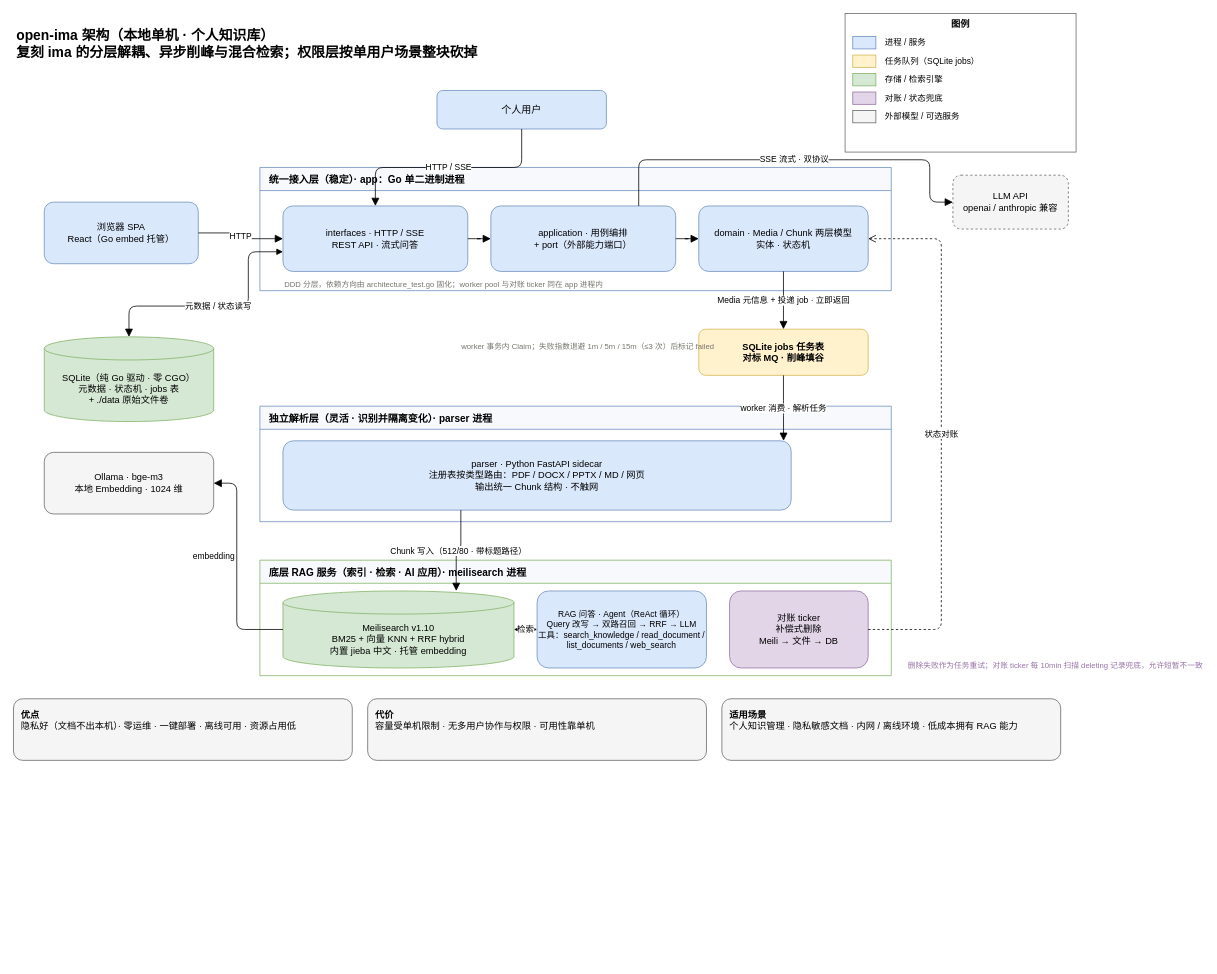
toddwyl/open-ima keeps this draw.io diagram as page "2-openima-本地架构" (2 of 3) of docs/diagrams/ima-vs-openima-architecture.drawio. Above is the earlier version. Source tidied: cells renumbered, new cells numbered last; positions are measured from the earlier drawing's top-left corner, leaving out a move shared by most shapes. Both pictures are drawn from the tidied source at 77%, with x=0, y=0 at pixel (13, 13).
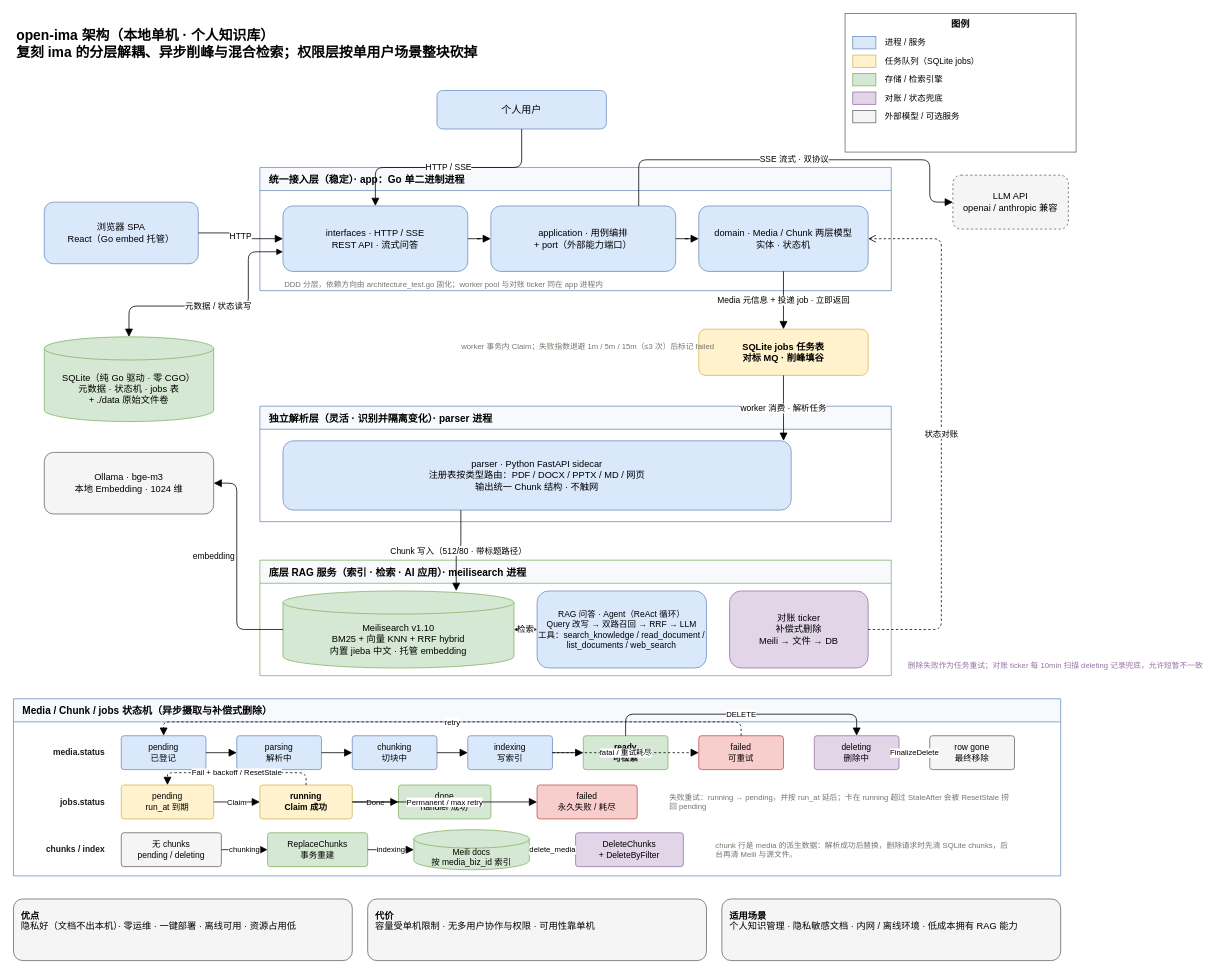
The same diagram, later.

Commit message:
docs: 补充 media chunk jobs 状态机图

Diff of the diagram source:
```diff
@@
+    <mxCell id="48" value="Media / Chunk / jobs 状态机（异步摄取与补偿式删除）" style="swimlane;startSize=30;fillColor=#f7f9fc;strokeColor=#6c8ebf;fontSize=13;fontStyle=1;align=left;spacingLeft=10;" parent="1" vertex="1">
+      <mxGeometry y="890" width="1360" height="230" as="geometry" />
+    </mxCell>
+    <mxCell id="49" value="media.status" style="text;html=1;align=right;verticalAlign=middle;fontSize=11;fontStyle=1;fontColor=#1b1b18;" parent="48" vertex="1">
+      <mxGeometry x="20" y="58" width="100" height="24" as="geometry" />
+    </mxCell>
+    <mxCell id="50" value="pending&#10;已登记" style="rounded=1;whiteSpace=wrap;html=1;arcSize=8;fillColor=#dae8fc;strokeColor=#6c8ebf;fontSize=11;" parent="48" vertex="1">
+      <mxGeometry x="140" y="48" width="110" height="44" as="geometry" />
+    </mxCell>
+    <mxCell id="51" value="parsing&#10;解析中" style="rounded=1;whiteSpace=wrap;html=1;arcSize=8;fillColor=#dae8fc;strokeColor=#6c8ebf;fontSize=11;" parent="48" vertex="1">
+      <mxGeometry x="290" y="48" width="110" height="44" as="geometry" />
+    </mxCell>
+    <mxCell id="52" value="chunking&#10;切块中" style="rounded=1;whiteSpace=wrap;html=1;arcSize=8;fillColor=#dae8fc;strokeColor=#6c8ebf;fontSize=11;" parent="48" vertex="1">
+      <mxGeometry x="440" y="48" width="110" height="44" as="geometry" />
+    </mxCell>
+    <mxCell id="53" value="indexing&#10;写索引" style="rounded=1;whiteSpace=wrap;html=1;arcSize=8;fillColor=#dae8fc;strokeColor=#6c8ebf;fontSize=11;" parent="48" vertex="1">
+      <mxGeometry x="590" y="48" width="110" height="44" as="geometry" />
+    </mxCell>
+    <mxCell id="54" value="ready&#10;可检索" style="rounded=1;whiteSpace=wrap;html=1;arcSize=8;fillColor=#d5e8d4;strokeColor=#82b366;fontSize=11;fontStyle=1;" parent="48" vertex="1">
+      <mxGeometry x="740" y="48" width="110" height="44" as="geometry" />
+    </mxCell>
+    <mxCell id="55" value="failed&#10;可重试" style="rounded=1;whiteSpace=wrap;html=1;arcSize=8;fillColor=#f8cecc;strokeColor=#b85450;fontSize=11;" parent="48" vertex="1">
+      <mxGeometry x="890" y="48" width="110" height="44" as="geometry" />
+    </mxCell>
+    <mxCell id="56" value="deleting&#10;删除中" style="rounded=1;whiteSpace=wrap;html=1;arcSize=8;fillColor=#e1d5e7;strokeColor=#9673a6;fontSize=11;" parent="48" vertex="1">
+      <mxGeometry x="1040" y="48" width="110" height="44" as="geometry" />
+    </mxCell>
+    <mxCell id="57" value="row gone&#10;最终移除" style="rounded=1;whiteSpace=wrap;html=1;arcSize=8;fillColor=#f5f5f5;strokeColor=#666666;fontSize=11;" parent="48" vertex="1">
+      <mxGeometry x="1190" y="48" width="110" height="44" as="geometry" />
+    </mxCell>
+    <mxCell id="58" value="jobs.status" style="text;html=1;align=right;verticalAlign=middle;fontSize=11;fontStyle=1;fontColor=#1b1b18;" parent="48" vertex="1">
+      <mxGeometry x="20" y="122" width="100" height="24" as="geometry" />
+    </mxCell>
+    <mxCell id="59" value="pending&#10;run_at 到期" style="rounded=1;whiteSpace=wrap;html=1;arcSize=8;fillColor=#fff2cc;strokeColor=#d6b656;fontSize=11;" parent="48" vertex="1">
+      <mxGeometry x="140" y="112" width="120" height="44" as="geometry" />
+    </mxCell>
+    <mxCell id="60" value="running&#10;Claim 成功" style="rounded=1;whiteSpace=wrap;html=1;arcSize=8;fillColor=#fff2cc;strokeColor=#d6b656;fontSize=11;fontStyle=1;" parent="48" vertex="1">
+      <mxGeometry x="320" y="112" width="120" height="44" as="geometry" />
+    </mxCell>
+    <mxCell id="61" value="done&#10;handler 成功" style="rounded=1;whiteSpace=wrap;html=1;arcSize=8;fillColor=#d5e8d4;strokeColor=#82b366;fontSize=11;" parent="48" vertex="1">
+      <mxGeometry x="500" y="112" width="120" height="44" as="geometry" />
+    </mxCell>
+    <mxCell id="62" value="failed&#10;永久失败 / 耗尽" style="rounded=1;whiteSpace=wrap;html=1;arcSize=8;fillColor=#f8cecc;strokeColor=#b85450;fontSize=11;" parent="48" vertex="1">
+      <mxGeometry x="680" y="112" width="130" height="44" as="geometry" />
+    </mxCell>
+    <mxCell id="63" value="失败重试：running → pending，并按 run_at 延后；卡在 running 超过 StaleAfter 会被 ResetStale 捞回 pending" style="rounded=0;whiteSpace=wrap;html=1;fillColor=none;strokeColor=none;fontSize=10;fontColor=#75756c;align=left;" parent="48" vertex="1">
+      <mxGeometry x="850" y="112" width="450" height="44" as="geometry" />
+    </mxCell>
+    <mxCell id="64" value="chunks / index" style="text;html=1;align=right;verticalAlign=middle;fontSize=11;fontStyle=1;fontColor=#1b1b18;" parent="48" vertex="1">
+      <mxGeometry x="20" y="184" width="100" height="24" as="geometry" />
+    </mxCell>
+    <mxCell id="65" value="无 chunks&#10;pending / deleting" style="rounded=1;whiteSpace=wrap;html=1;arcSize=8;fillColor=#f5f5f5;strokeColor=#666666;fontSize=11;" parent="48" vertex="1">
+      <mxGeometry x="140" y="174" width="130" height="44" as="geometry" />
+    </mxCell>
+    <mxCell id="66" value="ReplaceChunks&#10;事务重建" style="rounded=1;whiteSpace=wrap;html=1;arcSize=8;fillColor=#d5e8d4;strokeColor=#82b366;fontSize=11;" parent="48" vertex="1">
+      <mxGeometry x="330" y="174" width="130" height="44" as="geometry" />
+    </mxCell>
+    <mxCell id="67" value="Meili docs&#10;按 media_biz_id 索引" style="shape=cylinder3;whiteSpace=wrap;html=1;boundedLbl=1;backgroundOutline=1;size=12;fillColor=#d5e8d4;strokeColor=#82b366;fontSize=11;" parent="48" vertex="1">
+      <mxGeometry x="520" y="170" width="150" height="52" as="geometry" />
+    </mxCell>
+    <mxCell id="68" value="DeleteChunks&#10;+ DeleteByFilter" style="rounded=1;whiteSpace=wrap;html=1;arcSize=8;fillColor=#e1d5e7;strokeColor=#9673a6;fontSize=11;" parent="48" vertex="1">
+      <mxGeometry x="730" y="174" width="140" height="44" as="geometry" />
+    </mxCell>
+    <mxCell id="69" value="chunk 行是 media 的派生数据：解析成功后替换，删除请求时先清 SQLite chunks，后台再清 Meili 与源文件。" style="rounded=0;whiteSpace=wrap;html=1;fillColor=none;strokeColor=none;fontSize=10;fontColor=#75756c;align=left;" parent="48" vertex="1">
+      <mxGeometry x="910" y="174" width="390" height="44" as="geometry" />
+    </mxCell>
+    <mxCell id="70" style="edgeStyle=orthogonalEdgeStyle;rounded=1;jettySize=auto;html=1;endArrow=block;endSize=8;" parent="48" edge="1" source="50" target="51">
+      <mxGeometry relative="1" as="geometry" />
+    </mxCell>
+    <mxCell id="71" style="edgeStyle=orthogonalEdgeStyle;rounded=1;jettySize=auto;html=1;endArrow=block;endSize=8;" parent="48" edge="1" source="51" target="52">
+      <mxGeometry relative="1" as="geometry" />
+    </mxCell>
+    <mxCell id="72" style="edgeStyle=orthogonalEdgeStyle;rounded=1;jettySize=auto;html=1;endArrow=block;endSize=8;" parent="48" edge="1" source="52" target="53">
+      <mxGeometry relative="1" as="geometry" />
+    </mxCell>
+    <mxCell id="73" style="edgeStyle=orthogonalEdgeStyle;rounded=1;jettySize=auto;html=1;endArrow=block;endSize=8;" parent="48" edge="1" source="53" target="54">
+      <mxGeometry relative="1" as="geometry" />
+    </mxCell>
+    <mxCell id="74" value="fatal / 重试耗尽" style="edgeStyle=orthogonalEdgeStyle;rounded=1;jettySize=auto;html=1;endArrow=block;endSize=8;dashed=1;fontSize=10;labelBackgroundColor=#ffffff;" parent="48" edge="1" source="53" target="55">
+      <mxGeometry relative="1" as="geometry" />
+    </mxCell>
+    <mxCell id="75" value="retry" style="edgeStyle=orthogonalEdgeStyle;rounded=1;jettySize=auto;html=1;endArrow=block;endSize=8;dashed=1;fontSize=10;labelBackgroundColor=#ffffff;" parent="48" edge="1" source="55" target="50">
+      <mxGeometry relative="1" as="geometry">
+        <Array as="points">
+          <mxPoint x="945" y="30" />
+          <mxPoint x="195" y="30" />
+        </Array>
+      </mxGeometry>
+    </mxCell>
+    <mxCell id="76" value="DELETE" style="edgeStyle=orthogonalEdgeStyle;rounded=1;jettySize=auto;html=1;endArrow=block;endSize=8;fontSize=10;labelBackgroundColor=#ffffff;" parent="48" edge="1" source="54" target="56">
+      <mxGeometry relative="1" as="geometry">
+        <Array as="points">
+          <mxPoint x="795" y="20" />
+          <mxPoint x="1095" y="20" />
+        </Array>
+      </mxGeometry>
+    </mxCell>
+    <mxCell id="77" value="FinalizeDelete" style="edgeStyle=orthogonalEdgeStyle;rounded=1;jettySize=auto;html=1;endArrow=block;endSize=8;fontSize=10;labelBackgroundColor=#ffffff;" parent="48" edge="1" source="56" target="57">
+      <mxGeometry relative="1" as="geometry" />
+    </mxCell>
+    <mxCell id="78" value="Claim" style="edgeStyle=orthogonalEdgeStyle;rounded=1;jettySize=auto;html=1;endArrow=block;endSize=8;fontSize=10;labelBackgroundColor=#ffffff;" parent="48" edge="1" source="59" target="60">
+      <mxGeometry relative="1" as="geometry" />
+    </mxCell>
+    <mxCell id="79" value="Done" style="edgeStyle=orthogonalEdgeStyle;rounded=1;jettySize=auto;html=1;endArrow=block;endSize=8;fontSize=10;labelBackgroundColor=#ffffff;" parent="48" edge="1" source="60" target="61">
+      <mxGeometry relative="1" as="geometry" />
+    </mxCell>
+    <mxCell id="80" value="Permanent / max retry" style="edgeStyle=orthogonalEdgeStyle;rounded=1;jettySize=auto;html=1;endArrow=block;endSize=8;fontSize=10;labelBackgroundColor=#ffffff;" parent="48" edge="1" source="60" target="62">
+      <mxGeometry relative="1" as="geometry" />
+    </mxCell>
+    <mxCell id="81" value="Fail + backoff / ResetStale" style="edgeStyle=orthogonalEdgeStyle;rounded=1;jettySize=auto;html=1;endArrow=block;endSize=8;dashed=1;fontSize=10;labelBackgroundColor=#ffffff;" parent="48" edge="1" source="60" target="59">
+      <mxGeometry relative="1" as="geometry">
+        <Array as="points">
+          <mxPoint x="380" y="96" />
+          <mxPoint x="200" y="96" />
+        </Array>
+      </mxGeometry>
+    </mxCell>
+    <mxCell id="82" value="chunking" style="edgeStyle=orthogonalEdgeStyle;rounded=1;jettySize=auto;html=1;endArrow=block;endSize=8;fontSize=10;labelBackgroundColor=#ffffff;" parent="48" edge="1" source="65" target="66">
+      <mxGeometry relative="1" as="geometry" />
+    </mxCell>
+    <mxCell id="83" value="indexing" style="edgeStyle=orthogonalEdgeStyle;rounded=1;jettySize=auto;html=1;endArrow=block;endSize=8;fontSize=10;labelBackgroundColor=#ffffff;" parent="48" edge="1" source="66" target="67">
+      <mxGeometry relative="1" as="geometry" />
+    </mxCell>
+    <mxCell id="84" value="delete_media" style="edgeStyle=orthogonalEdgeStyle;rounded=1;jettySize=auto;html=1;endArrow=block;endSize=8;fontSize=10;labelBackgroundColor=#ffffff;" parent="48" edge="1" source="67" target="68">
+      <mxGeometry relative="1" as="geometry" />
+    </mxCell>
     <mxCell id="45" value="&lt;b&gt;优点&lt;/b&gt;&#10;隐私好（文档不出本机）· 零运维 · 一键部署 · 离线可用 · 资源占用低" style="rounded=1;whiteSpace=wrap;html=1;fillColor=#f5f5f5;strokeColor=#666666;fontSize=12;align=left;spacing=10;verticalAlign=top;" parent="1" vertex="1">
-      <mxGeometry y="890" width="440" height="80" as="geometry" />
+      <mxGeometry y="1150" width="440" height="80" as="geometry" />
     </mxCell>
     <mxCell id="46" value="&lt;b&gt;代价&lt;/b&gt;&#10;容量受单机限制 · 无多用户协作与权限 · 可用性靠单机" style="rounded=1;whiteSpace=wrap;html=1;fillColor=#f5f5f5;strokeColor=#666666;fontSize=12;align=left;spacing=10;verticalAlign=top;" parent="1" vertex="1">
-      <mxGeometry x="460" y="890" width="440" height="80" as="geometry" />
+      <mxGeometry x="460" y="1150" width="440" height="80" as="geometry" />
     </mxCell>
     <mxCell id="47" value="&lt;b&gt;适用场景&lt;/b&gt;&#10;个人知识管理 · 隐私敏感文档 · 内网 / 离线环境 · 低成本拥有 RAG 能力" style="rounded=1;whiteSpace=wrap;html=1;fillColor=#f5f5f5;strokeColor=#666666;fontSize=12;align=left;spacing=10;verticalAlign=top;" parent="1" vertex="1">
-      <mxGeometry x="920" y="890" width="440" height="80" as="geometry" />
+      <mxGeometry x="920" y="1150" width="440" height="80" as="geometry" />
     </mxCell>
```
